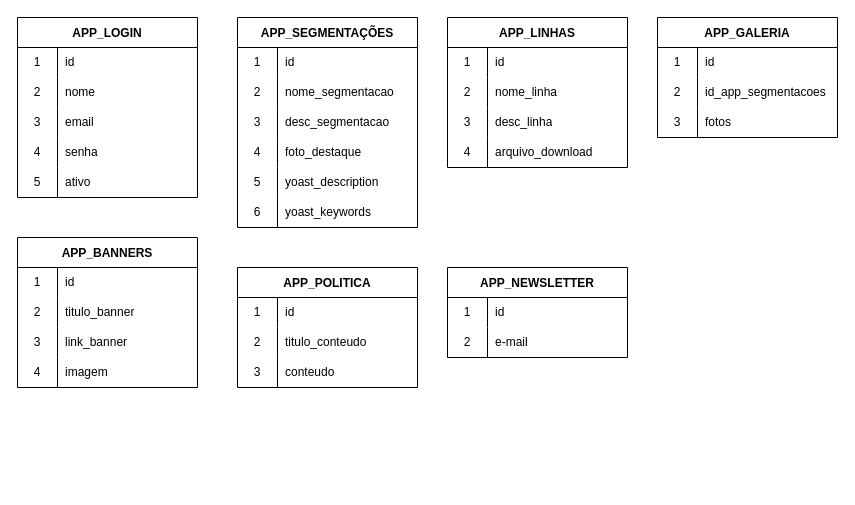
Earlier version of the draw.io diagram database.drawio (IgorConstant/york). Source tidied: cells renumbered, new cells numbered last; positions are measured from the earlier drawing's top-left corner, leaving out a move shared by most shapes. Both pictures are drawn from the tidied source at 100%, with x=0, y=0 at pixel (17, 17).
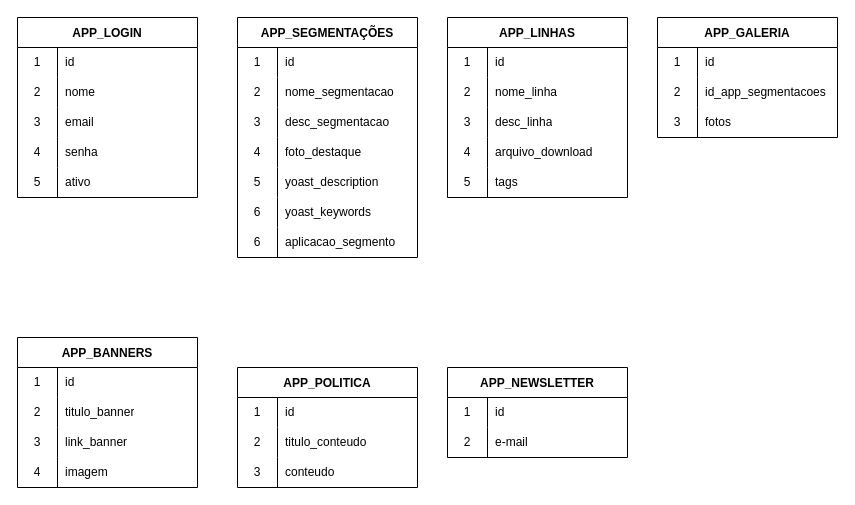
The same page after the edit.

Commit message:
Alteração em tabelas de banco de Dados

Diff of the diagram source:
```diff
@@
     <mxCell id="18" value="APP_SEGMENTAÇÕES" style="shape=table;startSize=30;childLayout=tableLayout;rowLines=0;fontStyle=1;" parent="1" vertex="1">
-      <mxGeometry x="220" width="180" height="210" as="geometry" />
+      <mxGeometry x="220" width="180" height="240" as="geometry" />
     </mxCell>
@@
+    <mxCell id="90" style="shape=tableRow;horizontal=0;startSize=0;swimlaneHead=0;swimlaneBody=0;top=0;left=0;bottom=0;right=0;fillColor=none;" parent="18" vertex="1">
+      <mxGeometry y="210" width="180" height="30" as="geometry" />
+    </mxCell>
+    <mxCell id="91" value="6" style="shape=partialRectangle;html=1;whiteSpace=wrap;fillColor=none;top=0;left=0;bottom=0;right=0;overflow=hidden;" parent="90" vertex="1">
+      <mxGeometry width="40" height="30" as="geometry" />
+    </mxCell>
+    <mxCell id="92" value="aplicacao_segmento" style="shape=partialRectangle;html=1;whiteSpace=wrap;fillColor=none;top=0;left=0;bottom=0;right=0;align=left;spacingLeft=6;overflow=hidden;" parent="90" vertex="1">
+      <mxGeometry x="40" width="140" height="30" as="geometry" />
+    </mxCell>
@@
     <mxCell id="47" value="APP_LINHAS" style="shape=table;startSize=30;childLayout=tableLayout;rowLines=0;fontStyle=1;" parent="1" vertex="1">
-      <mxGeometry x="430" width="180" height="150" as="geometry" />
+      <mxGeometry x="430" width="180" height="180" as="geometry" />
     </mxCell>
@@
+    <mxCell id="93" style="shape=tableRow;horizontal=0;startSize=0;swimlaneHead=0;swimlaneBody=0;top=0;left=0;bottom=0;right=0;fillColor=none;" parent="47" vertex="1">
+      <mxGeometry y="150" width="180" height="30" as="geometry" />
+    </mxCell>
+    <mxCell id="94" value="5" style="shape=partialRectangle;html=1;whiteSpace=wrap;fillColor=none;top=0;left=0;bottom=0;right=0;overflow=hidden;" parent="93" vertex="1">
+      <mxGeometry width="40" height="30" as="geometry" />
+    </mxCell>
+    <mxCell id="95" value="tags" style="shape=partialRectangle;html=1;whiteSpace=wrap;fillColor=none;top=0;left=0;bottom=0;right=0;align=left;spacingLeft=6;overflow=hidden;" parent="93" vertex="1">
+      <mxGeometry x="40" width="140" height="30" as="geometry" />
+    </mxCell>
     <mxCell id="60" value="APP_BANNERS" style="shape=table;startSize=30;childLayout=tableLayout;rowLines=0;fontStyle=1;" parent="1" vertex="1">
-      <mxGeometry y="220" width="180" height="150" as="geometry" />
+      <mxGeometry y="320" width="180" height="150" as="geometry" />
     </mxCell>
@@
     <mxCell id="73" value="APP_POLITICA" style="shape=table;startSize=30;childLayout=tableLayout;rowLines=0;fontStyle=1;" parent="1" vertex="1">
-      <mxGeometry x="220" y="250" width="180" height="120" as="geometry" />
+      <mxGeometry x="220" y="350" width="180" height="120" as="geometry" />
     </mxCell>
@@
     <mxCell id="83" value="APP_NEWSLETTER" style="shape=table;startSize=30;childLayout=tableLayout;rowLines=0;fontStyle=1;" parent="1" vertex="1">
-      <mxGeometry x="430" y="250" width="180" height="90" as="geometry" />
+      <mxGeometry x="430" y="350" width="180" height="90" as="geometry" />
     </mxCell>
```
